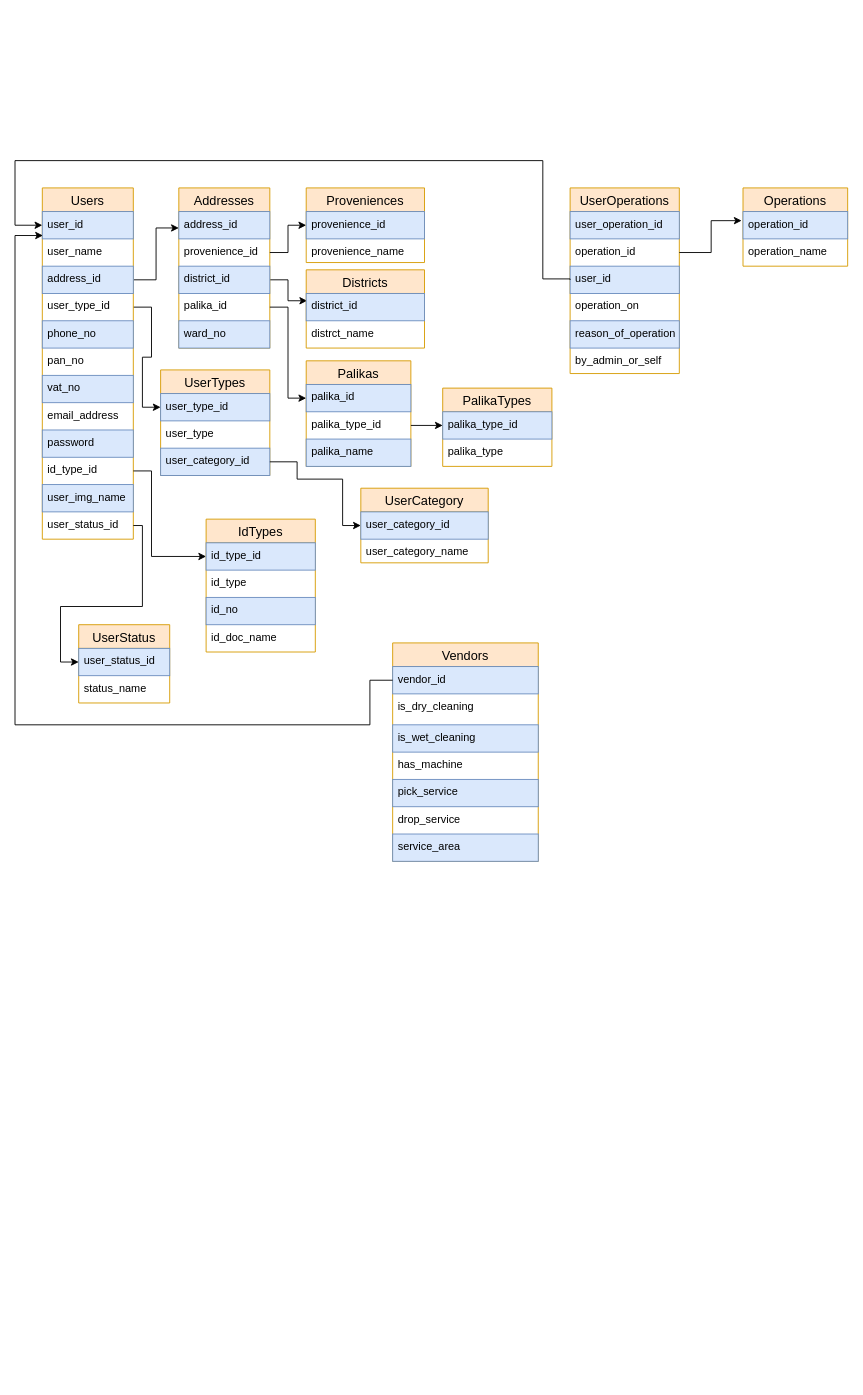
mebpin/Diagrams keeps this draw.io diagram as schema_CleanClean.drawio. Above is the earlier version. Source tidied: cells renumbered, new cells numbered last; positions are measured from the earlier drawing's top-left corner, leaving out a move shared by most shapes. Both pictures are drawn from the tidied source at 91%, with x=0, y=0 at pixel (15, 160).
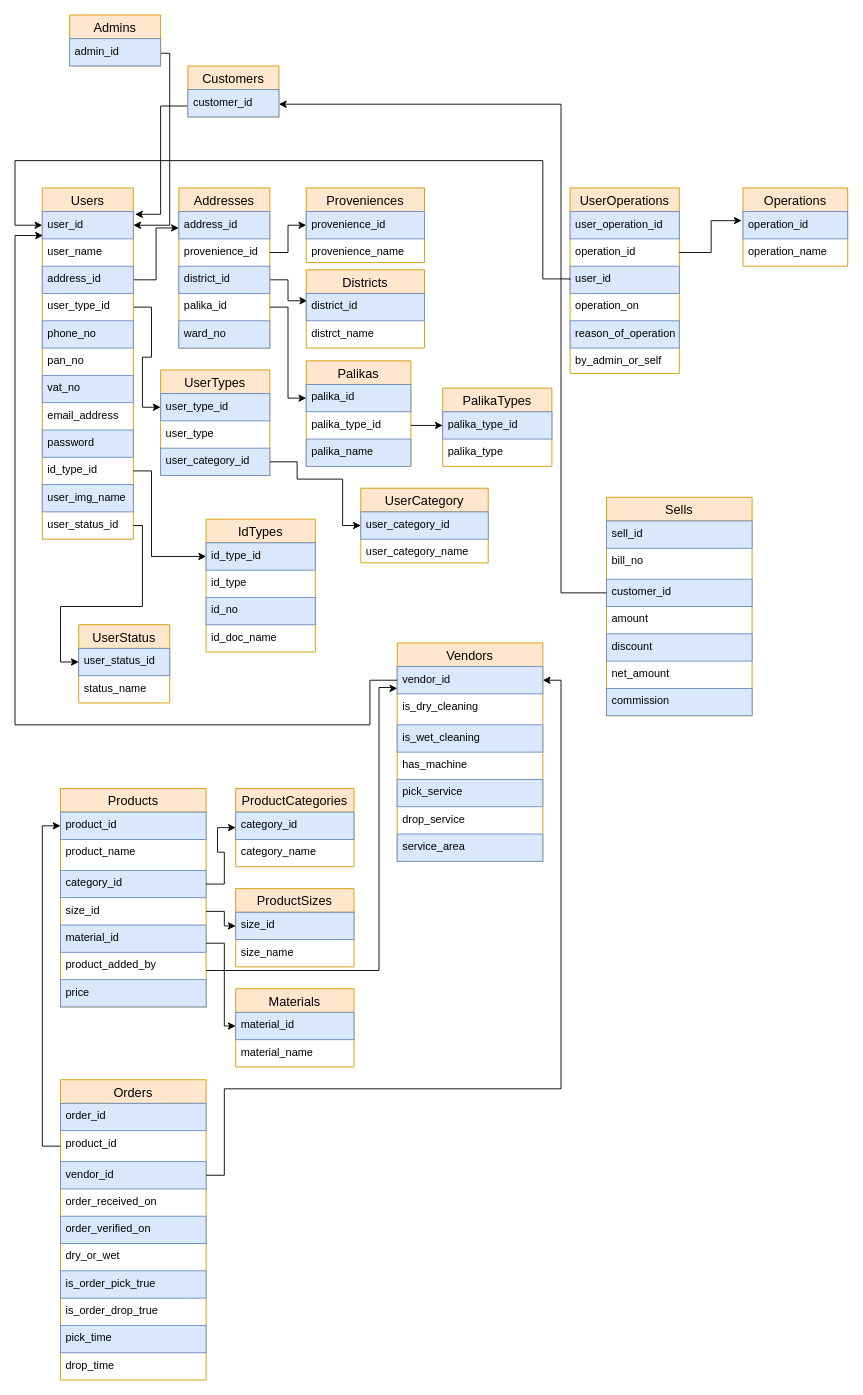
The same page after the edit.

The change refers to these unchanged cells:
```xml
<mxCell id="5" value="user_id" style="text;strokeColor=#6c8ebf;fillColor=#dae8fc;spacingLeft=4;spacingRight=4;overflow=hidden;points=[[0,0.5],[1,0.5]];portConstraint=eastwest;fontSize=12;fillStyle=auto;" parent="4" vertex="1">
  <mxGeometry y="26" width="100" height="30" as="geometry" />
</mxCell>
<mxCell id="68" value="vendor_id" style="text;strokeColor=#6c8ebf;fillColor=#dae8fc;spacingLeft=4;spacingRight=4;overflow=hidden;points=[[0,0.5],[1,0.5]];portConstraint=eastwest;fontSize=12;" parent="67" vertex="1">
  <mxGeometry y="26" width="160" height="30" as="geometry" />
</mxCell>
```

Diff of the diagram source:
```diff
@@
     <mxCell id="67" value="Vendors" style="swimlane;fontStyle=0;horizontal=1;startSize=26;align=center;fontSize=14;fillColor=#ffe6cc;strokeColor=#d79b00;" parent="1" vertex="1">
-      <mxGeometry x="415" y="530" width="160" height="240" as="geometry" />
+      <mxGeometry x="420" y="530" width="160" height="240" as="geometry" />
     </mxCell>
@@
+    <mxCell id="80" value="Products" style="swimlane;fontStyle=0;horizontal=1;startSize=26;align=center;fontSize=14;fillColor=#ffe6cc;strokeColor=#d79b00;" parent="1" vertex="1">
+      <mxGeometry x="50" y="690" width="160" height="240" as="geometry" />
+    </mxCell>
+    <mxCell id="81" value="product_id" style="text;strokeColor=#6c8ebf;fillColor=#dae8fc;spacingLeft=4;spacingRight=4;overflow=hidden;points=[[0,0.5],[1,0.5]];portConstraint=eastwest;fontSize=12;" parent="80" vertex="1">
+      <mxGeometry y="26" width="160" height="30" as="geometry" />
+    </mxCell>
+    <mxCell id="82" value="product_name" style="text;strokeColor=none;fillColor=none;spacingLeft=4;spacingRight=4;overflow=hidden;fontSize=12;" parent="80" vertex="1">
+      <mxGeometry y="56" width="160" height="34" as="geometry" />
+    </mxCell>
+    <mxCell id="83" value="category_id" style="text;strokeColor=#6c8ebf;fillColor=#dae8fc;spacingLeft=4;spacingRight=4;overflow=hidden;points=[[0,0.5],[1,0.5]];portConstraint=eastwest;fontSize=12;" parent="80" vertex="1">
+      <mxGeometry y="90" width="160" height="30" as="geometry" />
+    </mxCell>
+    <mxCell id="84" value="size_id" style="text;strokeColor=none;fillColor=none;spacingLeft=4;spacingRight=4;overflow=hidden;points=[[0,0.5],[1,0.5]];portConstraint=eastwest;fontSize=12;" parent="80" vertex="1">
+      <mxGeometry y="120" width="160" height="30" as="geometry" />
+    </mxCell>
+    <mxCell id="85" value="material_id" style="text;strokeColor=#6c8ebf;fillColor=#dae8fc;spacingLeft=4;spacingRight=4;overflow=hidden;fontSize=12;" parent="80" vertex="1">
+      <mxGeometry y="150" width="160" height="30" as="geometry" />
+    </mxCell>
+    <mxCell id="86" value="product_added_by" style="text;strokeColor=none;fillColor=none;spacingLeft=4;spacingRight=4;overflow=hidden;points=[[0,0.5],[1,0.5]];portConstraint=eastwest;fontSize=12;" parent="80" vertex="1">
+      <mxGeometry y="180" width="160" height="30" as="geometry" />
+    </mxCell>
+    <mxCell id="87" value="price" style="text;strokeColor=#6c8ebf;fillColor=#dae8fc;spacingLeft=4;spacingRight=4;overflow=hidden;fontSize=12;" parent="80" vertex="1">
+      <mxGeometry y="210" width="160" height="30" as="geometry" />
+    </mxCell>
+    <mxCell id="88" value="ProductSizes" style="swimlane;fontStyle=0;horizontal=1;startSize=26;align=center;fontSize=14;fillColor=#ffe6cc;strokeColor=#d79b00;" parent="1" vertex="1">
+      <mxGeometry x="242.5" y="800" width="130" height="86" as="geometry" />
+    </mxCell>
+    <mxCell id="89" value="size_id" style="text;strokeColor=#6c8ebf;fillColor=#dae8fc;spacingLeft=4;spacingRight=4;overflow=hidden;points=[[0,0.5],[1,0.5]];portConstraint=eastwest;fontSize=12;" parent="88" vertex="1">
+      <mxGeometry y="26" width="130" height="30" as="geometry" />
+    </mxCell>
+    <mxCell id="90" value="size_name" style="text;strokeColor=none;fillColor=none;spacingLeft=4;spacingRight=4;overflow=hidden;fontSize=12;" parent="88" vertex="1">
+      <mxGeometry y="56" width="130" height="30" as="geometry" />
+    </mxCell>
+    <mxCell id="91" value="ProductCategories" style="swimlane;fontStyle=0;horizontal=1;startSize=26;align=center;fontSize=14;fillColor=#ffe6cc;strokeColor=#d79b00;" parent="1" vertex="1">
+      <mxGeometry x="242.5" y="690" width="130" height="86" as="geometry" />
+    </mxCell>
+    <mxCell id="92" value="category_id" style="text;strokeColor=#6c8ebf;fillColor=#dae8fc;spacingLeft=4;spacingRight=4;overflow=hidden;fontSize=12;" parent="91" vertex="1">
+      <mxGeometry y="26" width="130" height="30" as="geometry" />
+    </mxCell>
+    <mxCell id="93" value="category_name" style="text;strokeColor=none;fillColor=none;spacingLeft=4;spacingRight=4;overflow=hidden;fontSize=12;" parent="91" vertex="1">
+      <mxGeometry y="56" width="130" height="30" as="geometry" />
+    </mxCell>
+    <mxCell id="94" style="edgeStyle=orthogonalEdgeStyle;rounded=0;jettySize=auto;html=1;entryX=0;entryY=0.5;entryDx=0;entryDy=0;" parent="1" edge="1" source="83" target="91">
+      <mxGeometry relative="1" as="geometry" />
+    </mxCell>
+    <mxCell id="95" style="edgeStyle=orthogonalEdgeStyle;rounded=0;jettySize=auto;html=1;entryX=0;entryY=0.5;entryDx=0;entryDy=0;" parent="1" edge="1" source="84" target="89">
+      <mxGeometry relative="1" as="geometry" />
+    </mxCell>
+    <mxCell id="96" value="Materials" style="swimlane;fontStyle=0;horizontal=1;startSize=26;align=center;fontSize=14;fillColor=#ffe6cc;strokeColor=#d79b00;" parent="1" vertex="1">
+      <mxGeometry x="242.5" y="910" width="130" height="86" as="geometry" />
+    </mxCell>
+    <mxCell id="97" value="material_id" style="text;strokeColor=#6c8ebf;fillColor=#dae8fc;spacingLeft=4;spacingRight=4;overflow=hidden;points=[[0,0.5],[1,0.5]];portConstraint=eastwest;fontSize=12;" parent="96" vertex="1">
+      <mxGeometry y="26" width="130" height="30" as="geometry" />
+    </mxCell>
+    <mxCell id="98" value="material_name" style="text;strokeColor=none;fillColor=none;spacingLeft=4;spacingRight=4;overflow=hidden;fontSize=12;" parent="96" vertex="1">
+      <mxGeometry y="56" width="130" height="30" as="geometry" />
+    </mxCell>
+    <mxCell id="99" style="edgeStyle=orthogonalEdgeStyle;rounded=0;jettySize=auto;html=1;entryX=0;entryY=0.5;entryDx=0;entryDy=0;" parent="1" edge="1" target="97">
+      <mxGeometry relative="1" as="geometry">
+        <mxPoint x="210" y="860" as="sourcePoint" />
+        <Array as="points">
+          <mxPoint x="230" y="860" />
+          <mxPoint x="230" y="951" />
+        </Array>
+      </mxGeometry>
+    </mxCell>
+    <mxCell id="100" style="edgeStyle=orthogonalEdgeStyle;rounded=0;jettySize=auto;html=1;" parent="1" edge="1" source="86">
+      <mxGeometry relative="1" as="geometry">
+        <mxPoint x="420" y="580" as="targetPoint" />
+        <Array as="points">
+          <mxPoint x="400" y="890" />
+          <mxPoint x="400" y="579" />
+          <mxPoint x="417" y="579" />
+        </Array>
+      </mxGeometry>
+    </mxCell>
+    <mxCell id="101" value="Orders" style="swimlane;fontStyle=0;horizontal=1;startSize=26;align=center;fontSize=14;fillColor=#ffe6cc;strokeColor=#d79b00;" parent="1" vertex="1">
+      <mxGeometry x="50" y="1010" width="160" height="330" as="geometry" />
+    </mxCell>
+    <mxCell id="102" value="order_id" style="text;strokeColor=#6c8ebf;fillColor=#dae8fc;spacingLeft=4;spacingRight=4;overflow=hidden;fontSize=12;" parent="101" vertex="1">
+      <mxGeometry y="26" width="160" height="30" as="geometry" />
+    </mxCell>
+    <mxCell id="103" value="product_id" style="text;strokeColor=none;fillColor=none;spacingLeft=4;spacingRight=4;overflow=hidden;points=[[0,0.5],[1,0.5]];portConstraint=eastwest;fontSize=12;" parent="101" vertex="1">
+      <mxGeometry y="56" width="160" height="34" as="geometry" />
+    </mxCell>
+    <mxCell id="104" value="vendor_id" style="text;strokeColor=#6c8ebf;fillColor=#dae8fc;spacingLeft=4;spacingRight=4;overflow=hidden;points=[[0,0.5],[1,0.5]];portConstraint=eastwest;fontSize=12;" parent="101" vertex="1">
+      <mxGeometry y="90" width="160" height="30" as="geometry" />
+    </mxCell>
+    <mxCell id="105" value="order_received_on" style="text;strokeColor=none;fillColor=none;spacingLeft=4;spacingRight=4;overflow=hidden;fontSize=12;" parent="101" vertex="1">
+      <mxGeometry y="120" width="160" height="30" as="geometry" />
+    </mxCell>
+    <mxCell id="106" value="order_verified_on" style="text;strokeColor=#6c8ebf;fillColor=#dae8fc;spacingLeft=4;spacingRight=4;overflow=hidden;fontSize=12;" parent="101" vertex="1">
+      <mxGeometry y="150" width="160" height="30" as="geometry" />
+    </mxCell>
+    <mxCell id="107" value="dry_or_wet" style="text;strokeColor=none;fillColor=none;spacingLeft=4;spacingRight=4;overflow=hidden;fontSize=12;" parent="101" vertex="1">
+      <mxGeometry y="180" width="160" height="30" as="geometry" />
+    </mxCell>
+    <mxCell id="108" value="is_order_pick_true" style="text;strokeColor=#6c8ebf;fillColor=#dae8fc;spacingLeft=4;spacingRight=4;overflow=hidden;fontSize=12;" parent="101" vertex="1">
+      <mxGeometry y="210" width="160" height="30" as="geometry" />
+    </mxCell>
+    <mxCell id="109" value="is_order_drop_true" style="text;spacingLeft=4;spacingRight=4;overflow=hidden;fontSize=12;" parent="101" vertex="1">
+      <mxGeometry y="240" width="160" height="30" as="geometry" />
+    </mxCell>
+    <mxCell id="110" value="pick_time" style="text;strokeColor=#6c8ebf;fillColor=#dae8fc;spacingLeft=4;spacingRight=4;overflow=hidden;fontSize=12;" parent="101" vertex="1">
+      <mxGeometry y="270" width="160" height="30" as="geometry" />
+    </mxCell>
+    <mxCell id="111" value="drop_time" style="text;spacingLeft=4;spacingRight=4;overflow=hidden;fontSize=12;" parent="101" vertex="1">
+      <mxGeometry y="300" width="160" height="30" as="geometry" />
+    </mxCell>
+    <mxCell id="112" style="edgeStyle=orthogonalEdgeStyle;rounded=0;jettySize=auto;html=1;entryX=0;entryY=0.5;entryDx=0;entryDy=0;exitX=0;exitY=0.5;exitDx=0;exitDy=0;" parent="1" edge="1" source="103" target="81">
+      <mxGeometry relative="1" as="geometry" />
+    </mxCell>
+    <mxCell id="113" style="edgeStyle=orthogonalEdgeStyle;rounded=0;jettySize=auto;html=1;entryX=1;entryY=0.5;entryDx=0;entryDy=0;" parent="1" edge="1" source="104" target="68">
+      <mxGeometry relative="1" as="geometry">
+        <Array as="points">
+          <mxPoint x="230" y="1115" />
+          <mxPoint x="230" y="1020" />
+          <mxPoint x="600" y="1020" />
+          <mxPoint x="600" y="571" />
+        </Array>
+      </mxGeometry>
+    </mxCell>
+    <mxCell id="114" style="edgeStyle=orthogonalEdgeStyle;rounded=0;jettySize=auto;html=1;exitX=1;exitY=0.75;exitDx=0;exitDy=0;entryX=1;entryY=0.5;entryDx=0;entryDy=0;" parent="1" edge="1" source="115" target="5">
+      <mxGeometry relative="1" as="geometry">
+        <Array as="points">
+          <mxPoint x="170" y="-118" />
+          <mxPoint x="170" y="71" />
+        </Array>
+      </mxGeometry>
+    </mxCell>
+    <mxCell id="115" value="Admins" style="swimlane;fontStyle=0;horizontal=1;startSize=26;align=center;fontSize=14;fillColor=#ffe6cc;strokeColor=#d79b00;" parent="1" vertex="1">
+      <mxGeometry x="60" y="-160" width="100" height="56" as="geometry" />
+    </mxCell>
+    <mxCell id="116" value="admin_id" style="text;strokeColor=#6c8ebf;fillColor=#dae8fc;spacingLeft=4;spacingRight=4;overflow=hidden;fontSize=12;" parent="115" vertex="1">
+      <mxGeometry y="26" width="100" height="30" as="geometry" />
+    </mxCell>
+    <mxCell id="117" style="edgeStyle=orthogonalEdgeStyle;rounded=0;jettySize=auto;html=1;entryX=1.02;entryY=0.1;entryDx=0;entryDy=0;entryPerimeter=0;" parent="1" edge="1" source="118" target="5">
+      <mxGeometry relative="1" as="geometry">
+        <Array as="points">
+          <mxPoint x="160" y="-60" />
+          <mxPoint x="160" y="59" />
+        </Array>
+      </mxGeometry>
+    </mxCell>
+    <mxCell id="118" value="Customers" style="swimlane;fontStyle=0;horizontal=1;startSize=26;align=center;fontSize=14;fillColor=#ffe6cc;strokeColor=#d79b00;" parent="1" vertex="1">
+      <mxGeometry x="190" y="-104" width="100" height="56" as="geometry" />
+    </mxCell>
+    <mxCell id="119" value="customer_id" style="text;strokeColor=#6c8ebf;fillColor=#dae8fc;spacingLeft=4;spacingRight=4;overflow=hidden;fontSize=12;" parent="118" vertex="1">
+      <mxGeometry y="26" width="100" height="30" as="geometry" />
+    </mxCell>
+    <mxCell id="120" value="Sells" style="swimlane;fontStyle=0;horizontal=1;startSize=26;align=center;fontSize=14;fillColor=#ffe6cc;strokeColor=#d79b00;" parent="1" vertex="1">
+      <mxGeometry x="650" y="370" width="160" height="240" as="geometry" />
+    </mxCell>
+    <mxCell id="121" value="sell_id" style="text;strokeColor=#6c8ebf;fillColor=#dae8fc;spacingLeft=4;spacingRight=4;overflow=hidden;fontSize=12;" parent="120" vertex="1">
+      <mxGeometry y="26" width="160" height="30" as="geometry" />
+    </mxCell>
+    <mxCell id="122" value="bill_no" style="text;strokeColor=none;fillColor=none;spacingLeft=4;spacingRight=4;overflow=hidden;fontSize=12;" parent="120" vertex="1">
+      <mxGeometry y="56" width="160" height="34" as="geometry" />
+    </mxCell>
+    <mxCell id="123" value="customer_id" style="text;strokeColor=#6c8ebf;fillColor=#dae8fc;spacingLeft=4;spacingRight=4;overflow=hidden;points=[[0,0.5],[1,0.5]];portConstraint=eastwest;fontSize=12;" parent="120" vertex="1">
+      <mxGeometry y="90" width="160" height="30" as="geometry" />
+    </mxCell>
+    <mxCell id="124" value="amount" style="text;strokeColor=none;fillColor=none;spacingLeft=4;spacingRight=4;overflow=hidden;fontSize=12;" parent="120" vertex="1">
+      <mxGeometry y="120" width="160" height="30" as="geometry" />
+    </mxCell>
+    <mxCell id="125" value="discount" style="text;strokeColor=#6c8ebf;fillColor=#dae8fc;spacingLeft=4;spacingRight=4;overflow=hidden;fontSize=12;" parent="120" vertex="1">
+      <mxGeometry y="150" width="160" height="30" as="geometry" />
+    </mxCell>
+    <mxCell id="126" value="net_amount" style="text;strokeColor=none;fillColor=none;spacingLeft=4;spacingRight=4;overflow=hidden;fontSize=12;" parent="120" vertex="1">
+      <mxGeometry y="180" width="160" height="30" as="geometry" />
+    </mxCell>
+    <mxCell id="127" value="commission" style="text;strokeColor=#6c8ebf;fillColor=#dae8fc;spacingLeft=4;spacingRight=4;overflow=hidden;fontSize=12;" parent="120" vertex="1">
+      <mxGeometry y="210" width="160" height="30" as="geometry" />
+    </mxCell>
+    <mxCell id="128" style="edgeStyle=orthogonalEdgeStyle;rounded=0;jettySize=auto;html=1;entryX=1;entryY=0.75;entryDx=0;entryDy=0;" parent="1" edge="1" source="123" target="118">
+      <mxGeometry relative="1" as="geometry">
+        <Array as="points">
+          <mxPoint x="600" y="475" />
+          <mxPoint x="600" y="-62" />
+        </Array>
+      </mxGeometry>
+    </mxCell>
```
